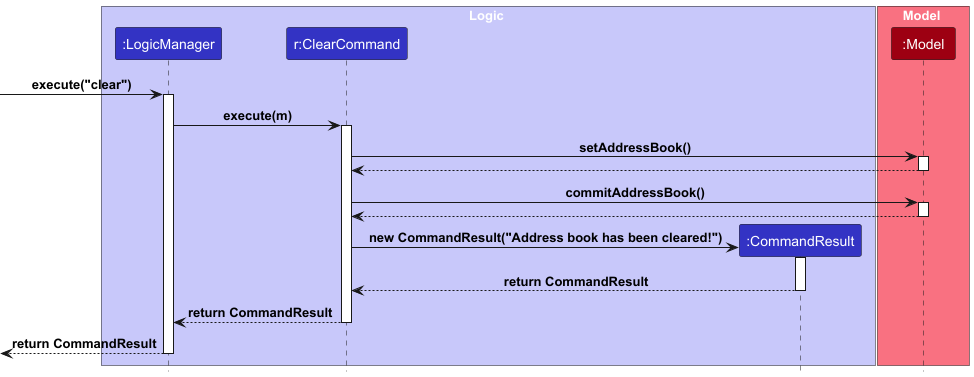
carineang/tp keeps this PlantUML diagram as docs/images/ClearCommandSequenceDiagram.png. Above is the earlier version.
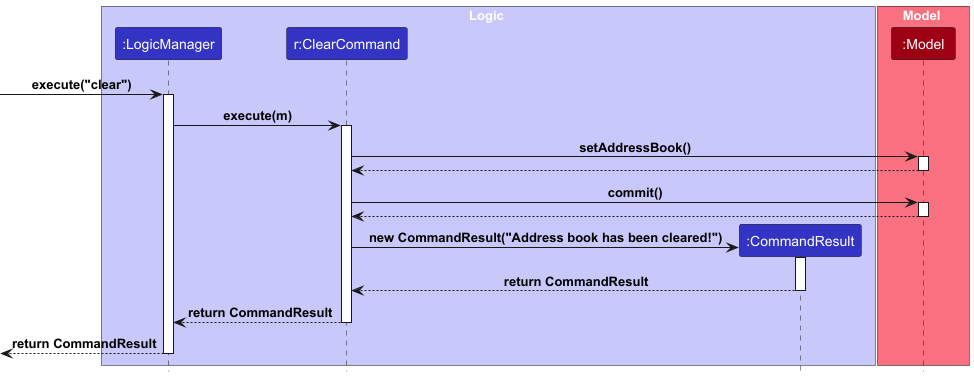
The same file after the commit.

What changed in the source:
```diff
@@ -25,7 +25,7 @@
 Model --> ClearCommand
 deactivate Model
 
-ClearCommand -> Model : commitAddressBook()
+ClearCommand -> Model : commit()
 activate Model
 
 Model --> ClearCommand
```
